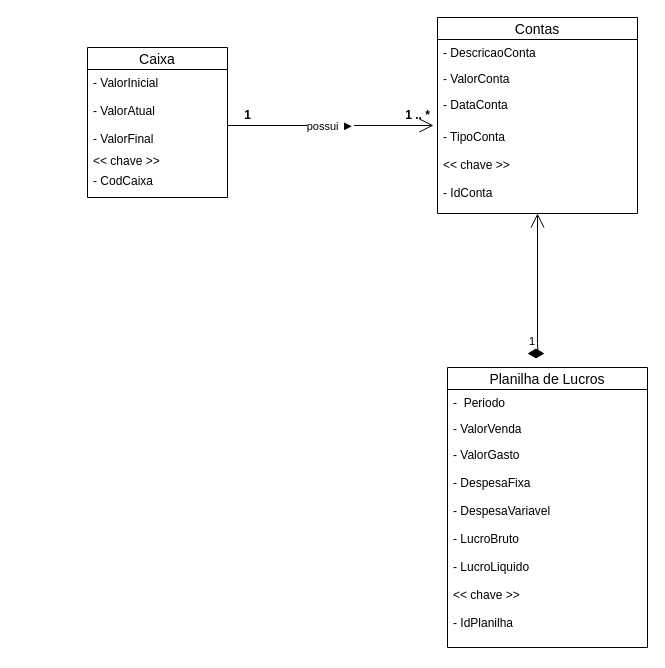
Earlier version of the draw.io diagram docs/ARTEFATOS(15-23)/Realizar_Planejamento_Financeiro/Modelo_Conceitual_Realizar_Planejamento_Financeiro.drawio (Darienzo08/ope_ads). Source tidied: cells renumbered, new cells numbered last; positions are measured from the earlier drawing's top-left corner, leaving out a move shared by most shapes. Both pictures are drawn from the tidied source at 100%, with x=0, y=0 at pixel (87, 17).
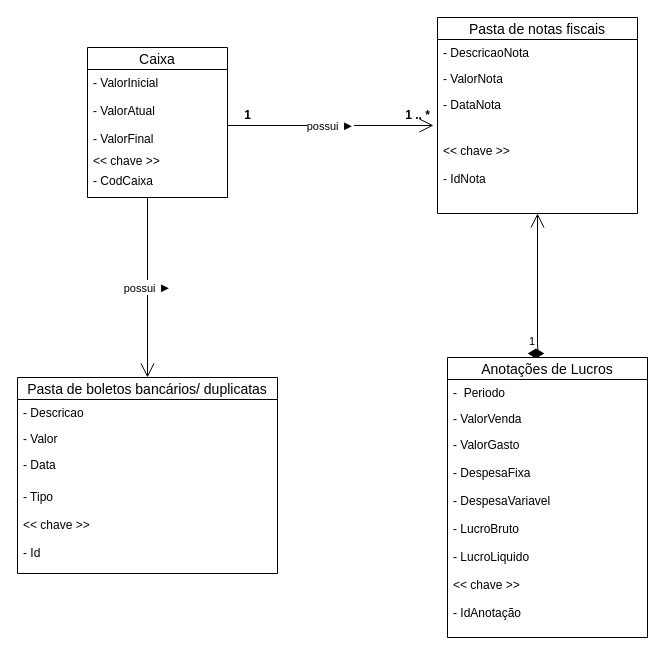
The same page after the edit.

The edit, as a diff of the source:
```diff
@@
-    <mxCell id="2" value="Contas" style="swimlane;fontStyle=0;horizontal=1;startSize=22;align=center;fontSize=14;" parent="1" vertex="1">
+    <mxCell id="2" value="Pasta de notas fiscais" style="swimlane;fontStyle=0;horizontal=1;startSize=22;align=center;fontSize=14;" parent="1" vertex="1">
       <mxGeometry x="350" width="200" height="196" as="geometry" />
     </mxCell>
-    <mxCell id="3" value="- DescricaoConta" style="text;strokeColor=none;fillColor=none;spacingLeft=4;spacingRight=4;overflow=hidden;fontSize=12;" parent="2" vertex="1">
+    <mxCell id="3" value="- DescricaoNota" style="text;strokeColor=none;fillColor=none;spacingLeft=4;spacingRight=4;overflow=hidden;fontSize=12;" parent="2" vertex="1">
       <mxGeometry y="22" width="200" height="26" as="geometry" />
     </mxCell>
-    <mxCell id="4" value="- ValorConta" style="text;strokeColor=none;fillColor=none;spacingLeft=4;spacingRight=4;overflow=hidden;fontSize=12;" parent="2" vertex="1">
+    <mxCell id="4" value="- ValorNota" style="text;strokeColor=none;fillColor=none;spacingLeft=4;spacingRight=4;overflow=hidden;fontSize=12;" parent="2" vertex="1">
       <mxGeometry y="48" width="200" height="26" as="geometry" />
     </mxCell>
-    <mxCell id="5" value="- DataConta" style="text;strokeColor=none;fillColor=none;spacingLeft=4;spacingRight=4;overflow=hidden;fontSize=12;" parent="2" vertex="1">
+    <mxCell id="5" value="- DataNota" style="text;strokeColor=none;fillColor=none;spacingLeft=4;spacingRight=4;overflow=hidden;fontSize=12;" parent="2" vertex="1">
       <mxGeometry y="74" width="200" height="32" as="geometry" />
     </mxCell>
-    <mxCell id="6" value="- TipoConta&#10;&#10;&lt;&lt; chave &gt;&gt;&#10;&#10;- IdConta" style="text;strokeColor=none;fillColor=none;spacingLeft=4;spacingRight=4;overflow=hidden;points=[[0,0.5],[1,0.5]];portConstraint=eastwest;fontSize=12;" parent="2" vertex="1">
+    <mxCell id="6" value="&#10;&lt;&lt; chave &gt;&gt;&#10;&#10;- IdNota" style="text;strokeColor=none;fillColor=none;spacingLeft=4;spacingRight=4;overflow=hidden;points=[[0,0.5],[1,0.5]];portConstraint=eastwest;fontSize=12;" parent="2" vertex="1">
       <mxGeometry y="106" width="200" height="90" as="geometry" />
     </mxCell>
@@
-    <mxCell id="15" value="Planilha de Lucros" style="swimlane;fontStyle=0;horizontal=1;startSize=22;align=center;fontSize=14;" parent="1" vertex="1">
-      <mxGeometry x="360" y="350" width="200" height="280" as="geometry" />
+    <mxCell id="15" value="Anotações de Lucros" style="swimlane;fontStyle=0;horizontal=1;startSize=22;align=center;fontSize=14;" parent="1" vertex="1">
+      <mxGeometry x="360" y="340" width="200" height="280" as="geometry" />
     </mxCell>
@@
-    <mxCell id="18" value="- ValorGasto&#10;&#10;- DespesaFixa&#10;&#10;- DespesaVariavel&#10;&#10;- LucroBruto&#10;&#10;- LucroLiquido&#10;&#10;&lt;&lt; chave &gt;&gt;&#10;&#10;- IdPlanilha" style="text;strokeColor=none;fillColor=none;spacingLeft=4;spacingRight=4;overflow=hidden;fontSize=12;" parent="15" vertex="1">
+    <mxCell id="18" value="- ValorGasto&#10;&#10;- DespesaFixa&#10;&#10;- DespesaVariavel&#10;&#10;- LucroBruto&#10;&#10;- LucroLiquido&#10;&#10;&lt;&lt; chave &gt;&gt;&#10;&#10;- IdAnotação" style="text;strokeColor=none;fillColor=none;spacingLeft=4;spacingRight=4;overflow=hidden;fontSize=12;" parent="15" vertex="1">
       <mxGeometry y="74" width="200" height="206" as="geometry" />
     </mxCell>
+    <mxCell id="19" value="possui&amp;nbsp;&lt;span style=&quot;font-family: &amp;#34;roboto&amp;#34; , &amp;#34;arial&amp;#34; , sans-serif ; font-size: 13px ; text-align: left&quot;&gt;►&lt;/span&gt;" style="endArrow=open;endFill=1;endSize=12;html=1;" parent="1" edge="1">
+      <mxGeometry relative="1" as="geometry">
+        <mxPoint x="60" y="180" as="sourcePoint" />
+        <mxPoint x="60" y="360" as="targetPoint" />
+      </mxGeometry>
+    </mxCell>
+    <mxCell id="20" value="Pasta de boletos bancários/ duplicatas" style="swimlane;fontStyle=0;horizontal=1;startSize=22;align=center;fontSize=14;" parent="1" vertex="1">
+      <mxGeometry x="-70" y="360" width="260" height="196" as="geometry" />
+    </mxCell>
+    <mxCell id="21" value="- Descricao" style="text;strokeColor=none;fillColor=none;spacingLeft=4;spacingRight=4;overflow=hidden;fontSize=12;" parent="20" vertex="1">
+      <mxGeometry y="22" width="260" height="26" as="geometry" />
+    </mxCell>
+    <mxCell id="22" value="- Valor" style="text;strokeColor=none;fillColor=none;spacingLeft=4;spacingRight=4;overflow=hidden;fontSize=12;" parent="20" vertex="1">
+      <mxGeometry y="48" width="260" height="26" as="geometry" />
+    </mxCell>
+    <mxCell id="23" value="- Data" style="text;strokeColor=none;fillColor=none;spacingLeft=4;spacingRight=4;overflow=hidden;fontSize=12;" parent="20" vertex="1">
+      <mxGeometry y="74" width="260" height="32" as="geometry" />
+    </mxCell>
+    <mxCell id="24" value="- Tipo&#10;&#10;&lt;&lt; chave &gt;&gt;&#10;&#10;- Id" style="text;strokeColor=none;fillColor=none;spacingLeft=4;spacingRight=4;overflow=hidden;fontSize=12;" parent="20" vertex="1">
+      <mxGeometry y="106" width="260" height="90" as="geometry" />
+    </mxCell>
```
